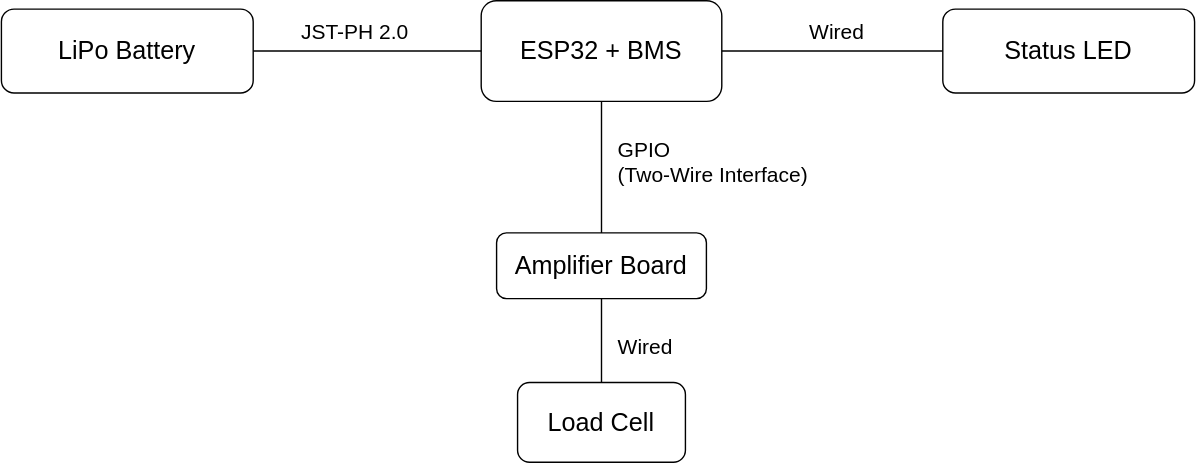
The draw.io diagram SailTrack Strain/hardware-diagram.svg in metisvela/sailtrack, before a commit. Source tidied: cells renumbered, new cells last; positions are measured from the earlier drawing's top-left corner, leaving out a move shared by most shapes. Its diagram source:
```xml
<mxGraphModel background="#ffffff">
  <root>
    <mxCell id="0" />
    <mxCell id="1" parent="0" />
    <mxCell id="2" style="edgeStyle=orthogonalEdgeStyle;rounded=0;jettySize=auto;html=1;exitX=1;exitY=0.5;exitDx=0;exitDy=0;entryX=0;entryY=0.5;entryDx=0;entryDy=0;endArrow=none;endFill=0;" parent="1" edge="1" source="4" target="15">
      <mxGeometry relative="1" as="geometry" />
    </mxCell>
    <mxCell id="3" value="&lt;font style=&quot;font-size: 15px&quot;&gt;Wired&lt;/font&gt;" style="edgeLabel;html=1;align=center;verticalAlign=bottom;fontSize=12;" parent="2" vertex="1">
      <mxGeometry x="0.02" relative="1" as="geometry">
        <mxPoint x="1" y="-3" as="offset" />
      </mxGeometry>
    </mxCell>
    <mxCell id="4" value="&lt;font style=&quot;font-size: 18px&quot;&gt;ESP32 + BMS&lt;/font&gt;" style="rounded=1;whiteSpace=wrap;html=1;" parent="1" vertex="1">
      <mxGeometry x="343" width="172" height="72" as="geometry" />
    </mxCell>
    <mxCell id="5" value="&lt;font style=&quot;font-size: 18px&quot;&gt;LiPo Battery&lt;/font&gt;" style="rounded=1;whiteSpace=wrap;html=1;" parent="1" vertex="1">
      <mxGeometry y="6" width="180" height="60" as="geometry" />
    </mxCell>
    <mxCell id="6" value="&lt;font style=&quot;font-size: 18px&quot;&gt;Amplifier Board&lt;br&gt;&lt;/font&gt;" style="rounded=1;whiteSpace=wrap;html=1;" parent="1" vertex="1">
      <mxGeometry x="354" y="166" width="150" height="47" as="geometry" />
    </mxCell>
    <mxCell id="7" value="&lt;font size=&quot;4&quot;&gt;Load Cell&lt;/font&gt;" style="rounded=1;whiteSpace=wrap;html=1;" parent="1" vertex="1">
      <mxGeometry x="369" y="273" width="120" height="57" as="geometry" />
    </mxCell>
    <mxCell id="8" value="&lt;font style=&quot;font-size: 15px&quot;&gt;Wired&lt;br&gt;&lt;/font&gt;" style="text;html=1;strokeColor=none;fillColor=none;align=left;verticalAlign=middle;whiteSpace=wrap;rounded=0;" parent="1" vertex="1">
      <mxGeometry x="439" y="236.5" width="60" height="20" as="geometry" />
    </mxCell>
    <mxCell id="9" style="endArrow=none;html=1;exitX=1;exitY=0.5;exitDx=0;exitDy=0;entryX=0;entryY=0.5;entryDx=0;entryDy=0;" parent="1" edge="1" source="5" target="4">
      <mxGeometry relative="1" as="geometry" />
    </mxCell>
    <mxCell id="10" style="endArrow=none;html=1;entryX=0.5;entryY=1;entryDx=0;entryDy=0;exitX=0.5;exitY=0;exitDx=0;exitDy=0;" parent="1" edge="1" source="6" target="4">
      <mxGeometry relative="1" as="geometry" />
    </mxCell>
    <mxCell id="11" style="endArrow=none;html=1;entryX=0.5;entryY=1;entryDx=0;entryDy=0;exitX=0.5;exitY=0;exitDx=0;exitDy=0;" parent="1" edge="1" source="7" target="6">
      <mxGeometry relative="1" as="geometry" />
    </mxCell>
    <mxCell id="12" value="&lt;font style=&quot;font-size: 15px&quot;&gt;GPIO&lt;br&gt;(Two-Wire Interface)&lt;/font&gt;" style="text;html=1;strokeColor=none;fillColor=none;align=left;verticalAlign=middle;whiteSpace=wrap;rounded=0;" parent="1" vertex="1">
      <mxGeometry x="439" y="105" width="180" height="20" as="geometry" />
    </mxCell>
    <mxCell id="13" value="&lt;font style=&quot;font-size: 15px&quot;&gt;JST-PH 2.0&lt;br&gt;&lt;/font&gt;" style="text;html=1;strokeColor=none;fillColor=none;align=center;verticalAlign=middle;whiteSpace=wrap;rounded=0;" parent="1" vertex="1">
      <mxGeometry x="203" y="13" width="100" height="17" as="geometry" />
    </mxCell>
    <mxCell id="14" style="edgeStyle=orthogonalEdgeStyle;rounded=0;orthogonalLoop=1;jettySize=auto;html=1;exitX=0.5;exitY=1;exitDx=0;exitDy=0;" parent="1" edge="1" source="13" target="13">
      <mxGeometry relative="1" as="geometry" />
    </mxCell>
    <mxCell id="15" value="&lt;font style=&quot;font-size: 18px&quot;&gt;Status LED&lt;/font&gt;" style="rounded=1;whiteSpace=wrap;html=1;" parent="1" vertex="1">
      <mxGeometry x="673" y="6" width="180" height="60" as="geometry" />
    </mxCell>
  </root>
</mxGraphModel>
```
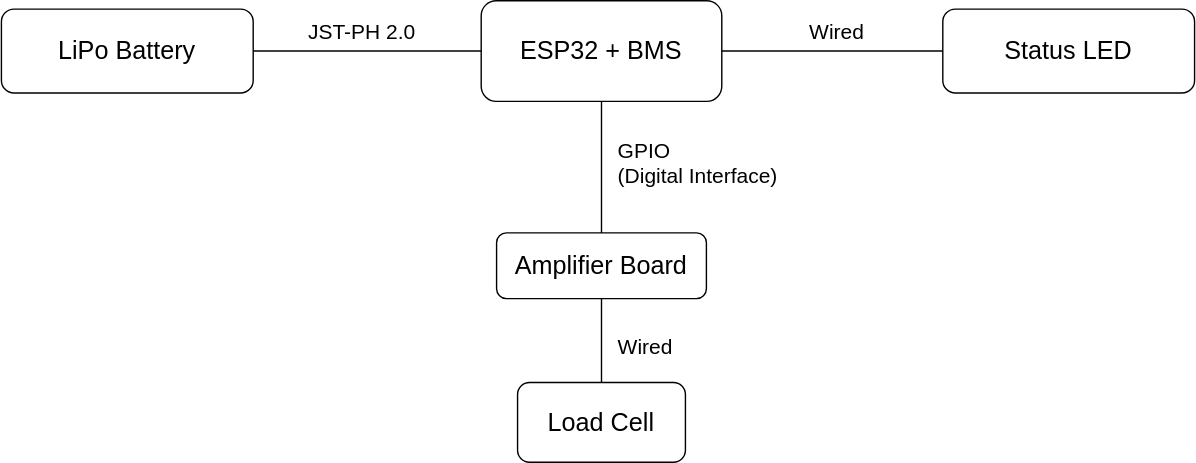
Above is the later version.

Change to the diagram source:
```diff
@@ -34,11 +34,11 @@
     <mxCell id="11" style="endArrow=none;html=1;entryX=0.5;entryY=1;entryDx=0;entryDy=0;exitX=0.5;exitY=0;exitDx=0;exitDy=0;" parent="1" edge="1" source="7" target="6">
       <mxGeometry relative="1" as="geometry" />
     </mxCell>
-    <mxCell id="12" value="&lt;font style=&quot;font-size: 15px&quot;&gt;GPIO&lt;br&gt;(Two-Wire Interface)&lt;/font&gt;" style="text;html=1;strokeColor=none;fillColor=none;align=left;verticalAlign=middle;whiteSpace=wrap;rounded=0;" parent="1" vertex="1">
-      <mxGeometry x="439" y="105" width="180" height="20" as="geometry" />
+    <mxCell id="12" value="&lt;font style=&quot;font-size: 15px&quot;&gt;GPIO&lt;br&gt;(Digital Interface)&lt;/font&gt;" style="text;html=1;strokeColor=none;fillColor=none;align=left;verticalAlign=middle;whiteSpace=wrap;rounded=0;" parent="1" vertex="1">
+      <mxGeometry x="439" y="92" width="180" height="47" as="geometry" />
     </mxCell>
     <mxCell id="13" value="&lt;font style=&quot;font-size: 15px&quot;&gt;JST-PH 2.0&lt;br&gt;&lt;/font&gt;" style="text;html=1;strokeColor=none;fillColor=none;align=center;verticalAlign=middle;whiteSpace=wrap;rounded=0;" parent="1" vertex="1">
-      <mxGeometry x="203" y="13" width="100" height="17" as="geometry" />
+      <mxGeometry x="208" y="13" width="100" height="17" as="geometry" />
     </mxCell>
     <mxCell id="14" style="edgeStyle=orthogonalEdgeStyle;rounded=0;orthogonalLoop=1;jettySize=auto;html=1;exitX=0.5;exitY=1;exitDx=0;exitDy=0;" parent="1" edge="1" source="13" target="13">
       <mxGeometry relative="1" as="geometry" />
```
